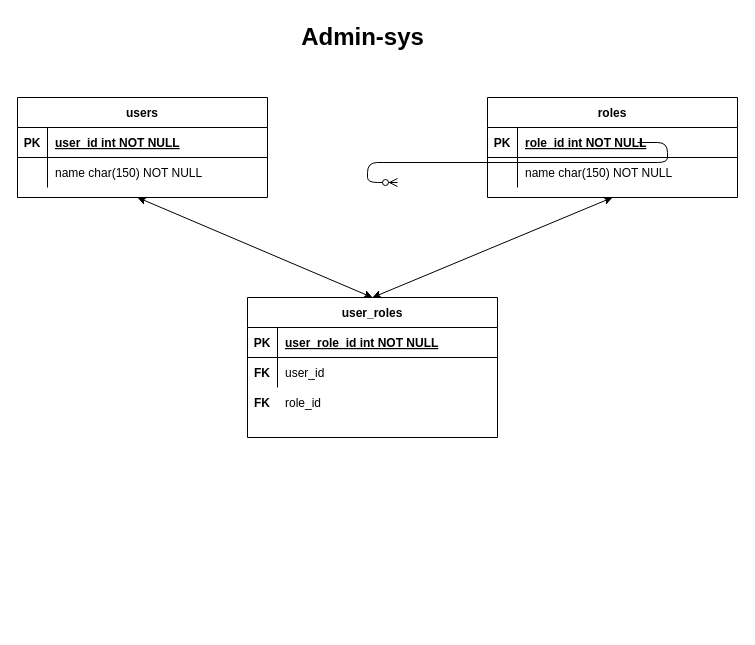
GabrielNP/admin-api keeps this draw.io diagram as specification/model.drawio. Above is the earlier version. Source tidied: cells renumbered, new cells numbered last; positions are measured from the earlier drawing's top-left corner, leaving out a move shared by most shapes. Both pictures are drawn from the tidied source at 100%, with x=0, y=0 at pixel (17, 17).
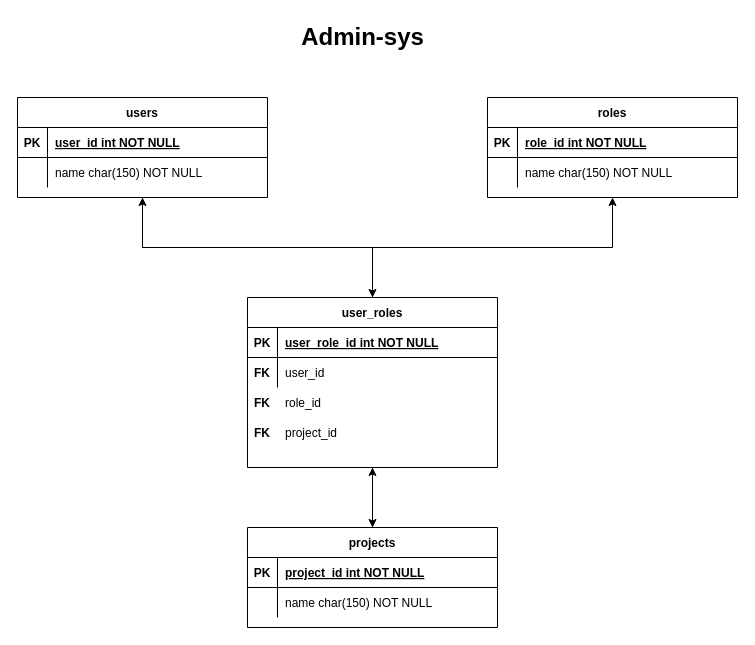
After the change.

Unchanged cells that the change refers to:
```xml
<mxCell id="3" value="users" style="shape=table;startSize=30;childLayout=tableLayout;rowLines=0;fontStyle=1;align=center;" parent="1" vertex="1">
  <mxGeometry y="80" width="250" height="100" as="geometry" />
</mxCell>
<mxCell id="10" value="roles" style="shape=table;startSize=30;childLayout=tableLayout;rowLines=0;fontStyle=1;align=center;" parent="1" vertex="1">
  <mxGeometry x="470" y="80" width="250" height="100" as="geometry" />
</mxCell>
```

Diff of the diagram source:
```diff
@@
-    <mxCell id="2" style="edgeStyle=entityRelationEdgeStyle;endArrow=ERzeroToMany;startArrow=ERone;endFill=1;startFill=0;" parent="1" edge="1">
-      <mxGeometry relative="1" as="geometry">
-        <mxPoint x="620" y="125" as="sourcePoint" />
-        <mxPoint x="380" y="165" as="targetPoint" />
-      </mxGeometry>
-    </mxCell>
+    <mxCell id="30" style="edgeStyle=orthogonalEdgeStyle;rounded=0;jettySize=auto;html=1;exitX=0.5;exitY=1;exitDx=0;exitDy=0;entryX=0.5;entryY=0;entryDx=0;entryDy=0;" parent="1" edge="1" source="3" target="17">
+      <mxGeometry relative="1" as="geometry" />
+    </mxCell>
@@
+    <mxCell id="31" style="edgeStyle=orthogonalEdgeStyle;rounded=0;jettySize=auto;html=1;exitX=0.5;exitY=0;exitDx=0;exitDy=0;entryX=0.5;entryY=1;entryDx=0;entryDy=0;" parent="1" edge="1" source="17" target="3">
+      <mxGeometry relative="1" as="geometry" />
+    </mxCell>
+    <mxCell id="28" style="edgeStyle=orthogonalEdgeStyle;rounded=0;jettySize=auto;html=1;exitX=0.5;exitY=0;exitDx=0;exitDy=0;entryX=0.5;entryY=1;entryDx=0;entryDy=0;" parent="1" edge="1" source="17" target="10">
+      <mxGeometry relative="1" as="geometry" />
+    </mxCell>
+    <mxCell id="32" style="edgeStyle=orthogonalEdgeStyle;rounded=0;jettySize=auto;html=1;exitX=0.5;exitY=1;exitDx=0;exitDy=0;" parent="1" edge="1" source="17" target="36">
+      <mxGeometry relative="1" as="geometry" />
+    </mxCell>
     <mxCell id="17" value="user_roles" style="shape=table;startSize=30;childLayout=tableLayout;rowLines=0;fontStyle=1;align=center;" parent="1" vertex="1">
-      <mxGeometry x="230" y="280" width="250" height="140" as="geometry" />
+      <mxGeometry x="230" y="280" width="250" height="170" as="geometry" />
     </mxCell>
@@
-    <mxCell id="27" style="endArrow=classic;startArrow=classic;html=1;rounded=0;exitX=0.5;exitY=0;exitDx=0;exitDy=0;" parent="1" edge="1" source="17">
-      <mxGeometry relative="1" as="geometry">
-        <mxPoint x="120" y="180" as="targetPoint" />
-      </mxGeometry>
-    </mxCell>
-    <mxCell id="28" style="endArrow=classic;startArrow=classic;html=1;rounded=0;entryX=0.5;entryY=1;entryDx=0;entryDy=0;exitX=0.5;exitY=0;exitDx=0;exitDy=0;" parent="1" edge="1" source="17" target="10">
-      <mxGeometry relative="1" as="geometry" />
-    </mxCell>
@@
+    <mxCell id="33" value="project_id" style="shape=partialRectangle;overflow=hidden;fillColor=none;top=0;left=0;bottom=0;right=0;align=left;spacingLeft=6;" parent="1" vertex="1">
+      <mxGeometry x="260" y="400" width="220" height="30" as="geometry" />
+    </mxCell>
+    <mxCell id="34" value="FK" style="shape=partialRectangle;overflow=hidden;fillColor=none;top=0;left=0;bottom=0;right=0;fontStyle=1;" parent="1" vertex="1">
+      <mxGeometry x="230" y="400" width="30" height="30" as="geometry" />
+    </mxCell>
+    <mxCell id="35" style="edgeStyle=orthogonalEdgeStyle;rounded=0;jettySize=auto;html=1;exitX=0.5;exitY=0;exitDx=0;exitDy=0;entryX=0.5;entryY=1;entryDx=0;entryDy=0;" parent="1" edge="1" source="36" target="17">
+      <mxGeometry relative="1" as="geometry" />
+    </mxCell>
+    <mxCell id="36" value="projects" style="shape=table;startSize=30;childLayout=tableLayout;rowLines=0;fontStyle=1;align=center;" parent="1" vertex="1">
+      <mxGeometry x="230" y="510" width="250" height="100" as="geometry" />
+    </mxCell>
+    <mxCell id="37" style="shape=partialRectangle;fillColor=none;top=0;left=0;right=0;bottom=1;" parent="36" vertex="1">
+      <mxGeometry y="30" width="250" height="30" as="geometry" />
+    </mxCell>
+    <mxCell id="38" value="PK" style="shape=partialRectangle;overflow=hidden;fillColor=none;top=0;left=0;bottom=0;right=0;fontStyle=1;" parent="37" vertex="1">
+      <mxGeometry width="30" height="30" as="geometry" />
+    </mxCell>
+    <mxCell id="39" value="project_id int NOT NULL " style="shape=partialRectangle;overflow=hidden;fillColor=none;top=0;left=0;bottom=0;right=0;align=left;spacingLeft=6;fontStyle=5;" parent="37" vertex="1">
+      <mxGeometry x="30" width="220" height="30" as="geometry" />
+    </mxCell>
+    <mxCell id="40" style="shape=partialRectangle;fillColor=none;top=0;left=0;right=0;bottom=0;" parent="36" vertex="1">
+      <mxGeometry y="60" width="250" height="30" as="geometry" />
+    </mxCell>
+    <mxCell id="41" style="shape=partialRectangle;overflow=hidden;fillColor=none;top=0;left=0;bottom=0;right=0;" parent="40" vertex="1">
+      <mxGeometry width="30" height="30" as="geometry" />
+    </mxCell>
+    <mxCell id="42" value="name char(150) NOT NULL" style="shape=partialRectangle;overflow=hidden;fillColor=none;top=0;left=0;bottom=0;right=0;align=left;spacingLeft=6;" parent="40" vertex="1">
+      <mxGeometry x="30" width="220" height="30" as="geometry" />
+    </mxCell>
```
